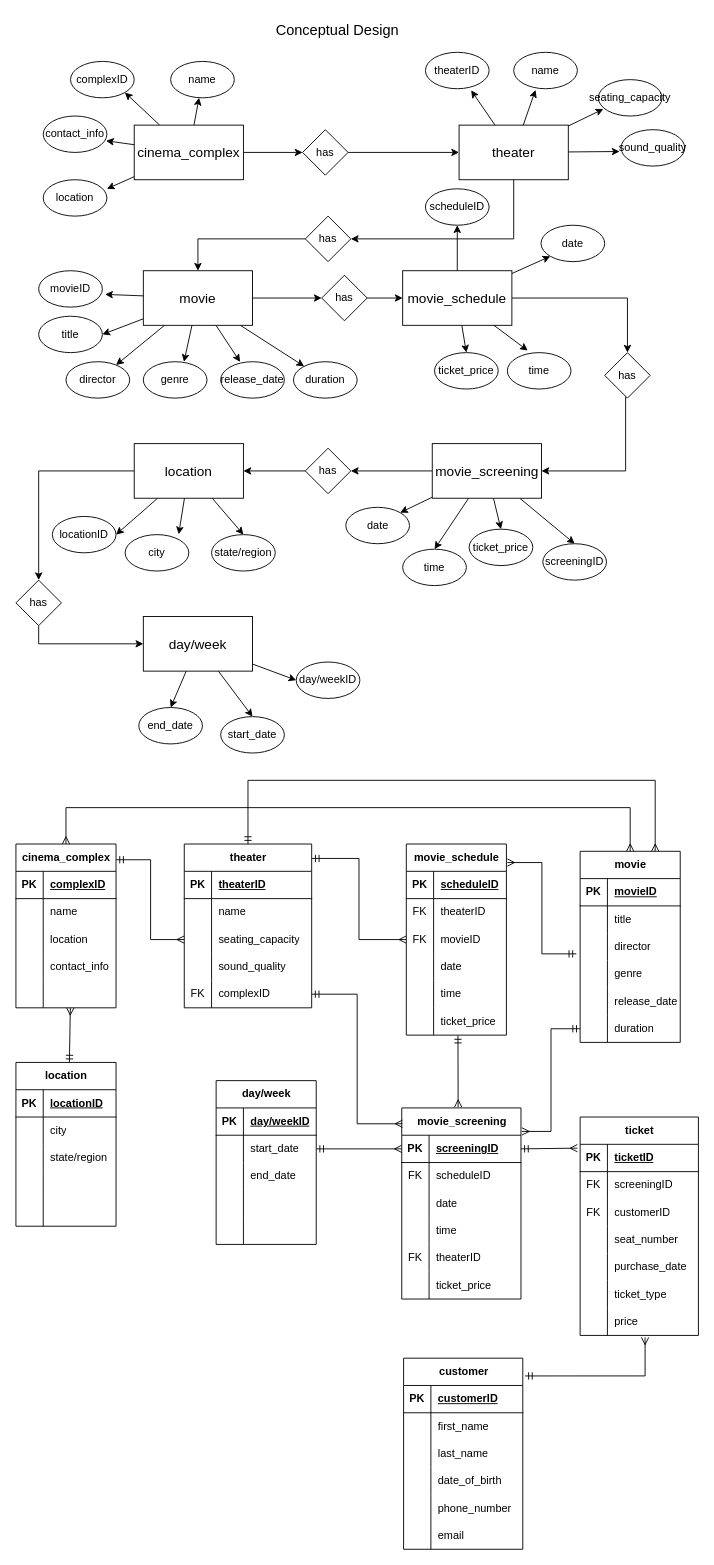
Before: eye_candy_cinemas_casestudy.drawio in julieeesy/data_modelling_workshop, a draw.io diagram. Source tidied: cells renumbered, new cells numbered last; positions are measured from the earlier drawing's top-left corner, leaving out a move shared by most shapes. Both pictures are drawn from the tidied source at 91%, with x=0, y=0 at pixel (15, 15).
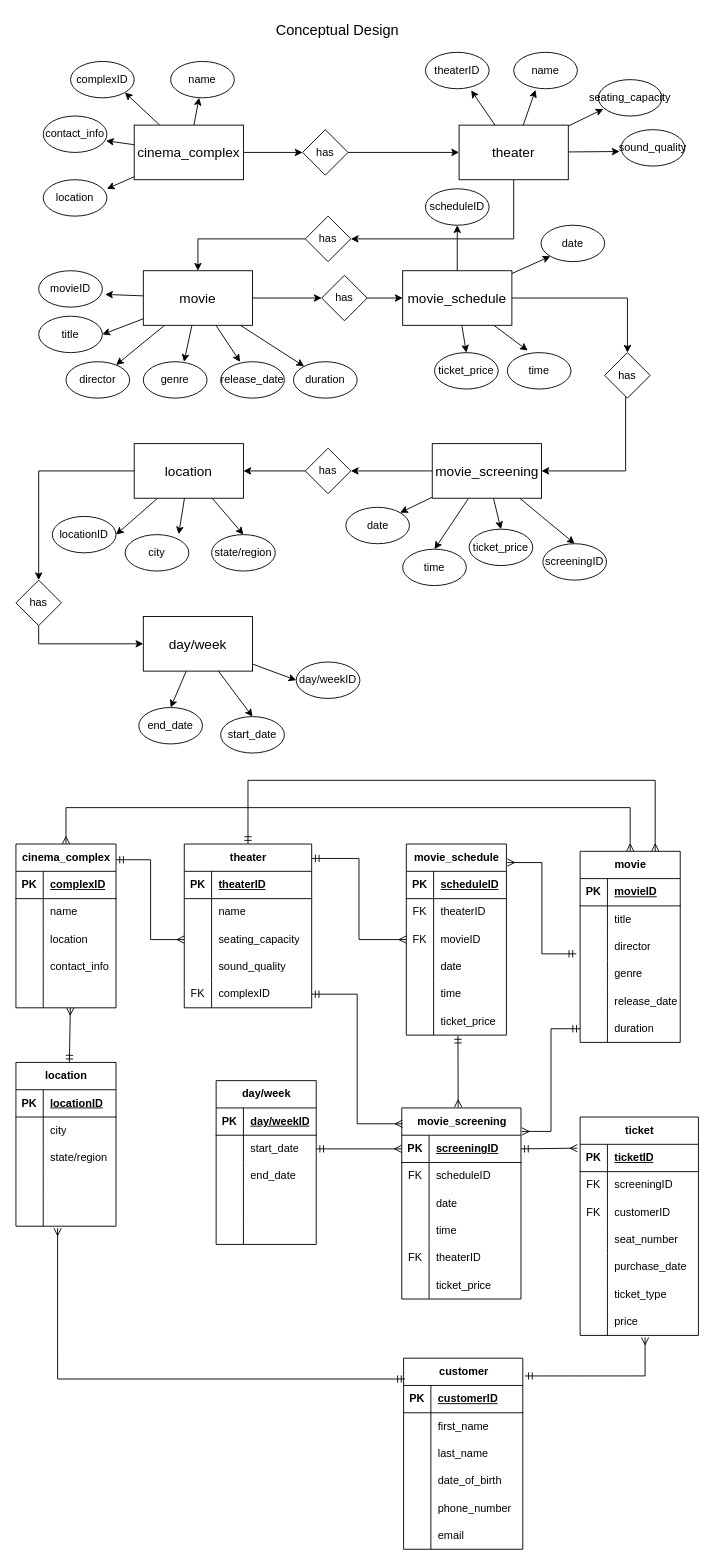
The same diagram, later.

Unchanged cells that the change refers to:
```xml
<mxCell id="148" style="shape=tableRow;horizontal=0;startSize=0;swimlaneHead=0;swimlaneBody=0;fillColor=none;points=[[0,0.5],[1,0.5]];portConstraint=eastwest;top=0;left=0;right=0;bottom=0;" parent="135" vertex="1">
  <mxGeometry y="150" width="110" height="30" as="geometry" />
</mxCell>
<mxCell id="238" value="customer" style="shape=table;startSize=30;childLayout=tableLayout;rowLines=0;fontStyle=1;align=center;html=1;" parent="1" vertex="1">
  <mxGeometry x="426" y="1475" width="131" height="210" as="geometry" />
</mxCell>
```

Diff of the diagram source:
```diff
@@
+    <mxCell id="258" style="fontSize=12;html=1;endArrow=ERmany;startArrow=ERmandOne;rounded=0;exitX=0.011;exitY=0.109;exitDx=0;exitDy=0;endFill=0;entryX=0.416;entryY=1.073;entryDx=0;entryDy=0;entryPerimeter=0;exitPerimeter=0;edgeStyle=orthogonalEdgeStyle;" parent="1" edge="1" source="238" target="148">
+      <mxGeometry relative="1" as="geometry">
+        <Array as="points">
+          <mxPoint x="46" y="1498" />
+        </Array>
+      </mxGeometry>
+    </mxCell>
```
